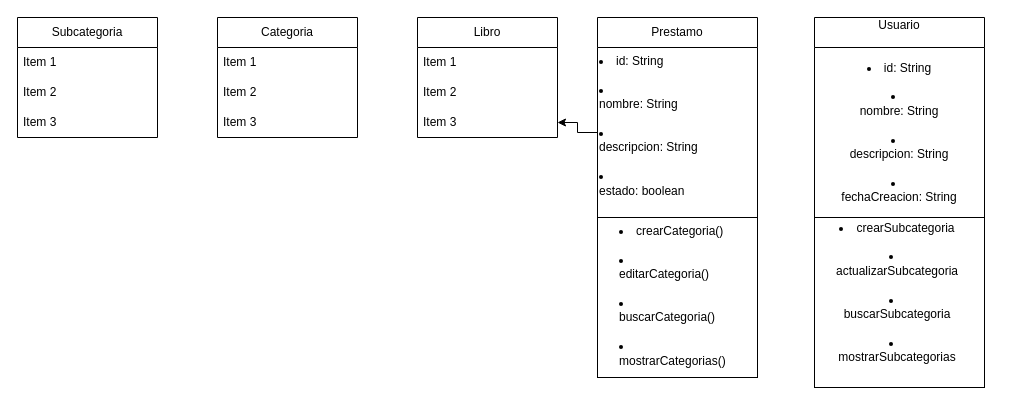
Before: Diagrama sin título.drawio in erick2006-8/Typescript.eft, a draw.io diagram. Source tidied: cells renumbered, new cells numbered last; positions are measured from the earlier drawing's top-left corner, leaving out a move shared by most shapes. Both pictures are drawn from the tidied source at 100%, with x=0, y=0 at pixel (17, 17).
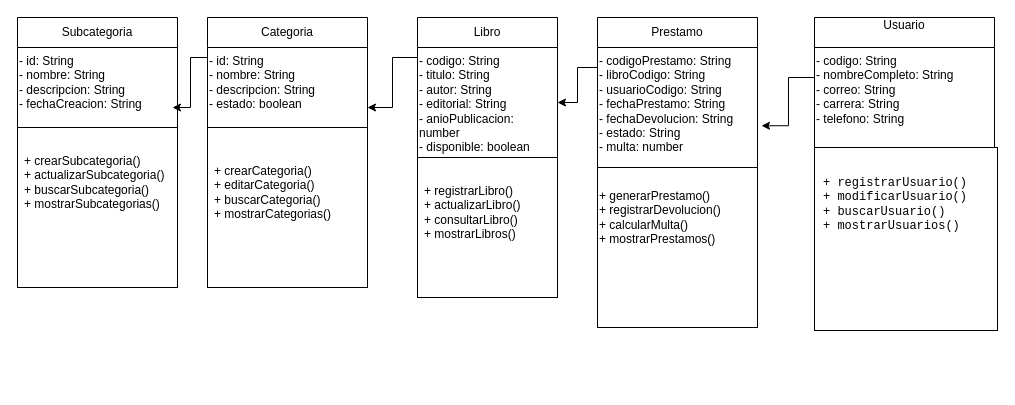
Above is the later version.

The edit, as a diff of the source:
```diff
@@
     <mxCell id="2" value="Usuario&lt;div&gt;&lt;br&gt;&lt;/div&gt;" style="swimlane;fontStyle=0;horizontal=1;startSize=30;whiteSpace=wrap;html=1;" parent="1" vertex="1">
-      <mxGeometry x="797" width="170" height="200" as="geometry" />
+      <mxGeometry x="797" width="180" height="130" as="geometry" />
     </mxCell>
-    <mxCell id="3" value="&lt;li&gt;id: String&lt;br/&gt;&lt;/li&gt;&lt;br/&gt;&lt;li&gt;&lt;br/&gt;nombre: String&lt;br/&gt;&lt;/li&gt;&lt;br/&gt;&lt;li&gt;&lt;br/&gt;descripcion: String&lt;br/&gt;&lt;/li&gt;&lt;br/&gt;&lt;li&gt;&lt;br/&gt;fechaCreacion: String&lt;/li&gt;" style="text;html=1;whiteSpace=wrap;strokeColor=none;fillColor=none;align=center;verticalAlign=middle;rounded=0;" parent="2" vertex="1">
-      <mxGeometry y="30" width="170" height="170" as="geometry" />
-    </mxCell>
+    <mxCell id="23" value="&lt;span&gt;- codigo: String&lt;/span&gt;&lt;br&gt;&lt;span&gt;- nombreCompleto: String&lt;/span&gt;&lt;br&gt;&lt;span&gt;- correo: String&lt;/span&gt;&lt;br&gt;&lt;span&gt;- carrera: String&lt;/span&gt;&lt;br&gt;&lt;span&gt;- telefono: String&lt;/span&gt;" style="text;whiteSpace=wrap;html=1;" parent="2" vertex="1">
+      <mxGeometry y="30" width="180" height="100" as="geometry" />
+    </mxCell>
     <mxCell id="4" value="Prestamo" style="swimlane;fontStyle=0;horizontal=1;startSize=30;html=1;whiteSpace=wrap;" parent="1" vertex="1">
-      <mxGeometry x="580" width="160" height="200" as="geometry" />
+      <mxGeometry x="580" width="160" height="150" as="geometry" />
     </mxCell>
-    <mxCell id="5" value="&lt;li&gt;id: String&#10;&lt;/li&gt;&#10;&lt;li&gt;&#10;nombre: String&#10;&lt;/li&gt;&#10;&lt;li&gt;&#10;descripcion: String&#10;&lt;/li&gt;&#10;&lt;li&gt;&#10;estado: boolean&lt;/li&gt;" style="text;whiteSpace=wrap;html=1;" parent="4" vertex="1">
-      <mxGeometry y="30" width="160" height="170" as="geometry" />
-    </mxCell>
+    <mxCell id="24" value="&lt;span&gt;- codigoPrestamo: String&lt;/span&gt;&lt;br&gt;&lt;span&gt;- libroCodigo: String&lt;/span&gt;&lt;br&gt;&lt;span&gt;- usuarioCodigo: String&lt;/span&gt;&lt;br&gt;&lt;span&gt;- fechaPrestamo: String&lt;/span&gt;&lt;br&gt;&lt;span&gt;- fechaDevolucion: String&lt;/span&gt;&lt;br&gt;&lt;span&gt;- estado: String&lt;/span&gt;&lt;br&gt;&lt;span&gt;- multa: number&lt;/span&gt;" style="text;whiteSpace=wrap;html=1;" parent="4" vertex="1">
+      <mxGeometry y="30" width="160" height="120" as="geometry" />
+    </mxCell>
     <mxCell id="6" value="Libro" style="swimlane;fontStyle=0;horizontal=1;startSize=30;whiteSpace=wrap;html=1;" parent="1" vertex="1">
-      <mxGeometry x="400" width="140" height="120" as="geometry" />
+      <mxGeometry x="400" width="140" height="140" as="geometry" />
     </mxCell>
-    <mxCell id="7" value="Item 1" style="text;strokeColor=none;fillColor=none;align=left;verticalAlign=middle;spacingLeft=4;spacingRight=4;overflow=hidden;whiteSpace=wrap;html=1;" parent="6" vertex="1">
-      <mxGeometry y="30" width="140" height="30" as="geometry" />
-    </mxCell>
-    <mxCell id="8" value="Item 2" style="text;strokeColor=none;fillColor=none;align=left;verticalAlign=middle;spacingLeft=4;spacingRight=4;overflow=hidden;whiteSpace=wrap;html=1;" parent="6" vertex="1">
-      <mxGeometry y="60" width="140" height="30" as="geometry" />
-    </mxCell>
-    <mxCell id="9" value="Item 3" style="text;strokeColor=none;fillColor=none;align=left;verticalAlign=middle;spacingLeft=4;spacingRight=4;overflow=hidden;points=[[0,0.5],[1,0.5]];portConstraint=eastwest;whiteSpace=wrap;html=1;" parent="6" vertex="1">
-      <mxGeometry y="90" width="140" height="30" as="geometry" />
-    </mxCell>
+    <mxCell id="25" value="&lt;span&gt;- codigo: String&lt;/span&gt;&lt;br&gt;&lt;span&gt;- titulo: String&lt;/span&gt;&lt;br&gt;&lt;span&gt;- autor: String&lt;/span&gt;&lt;br&gt;&lt;span&gt;- editorial: String&lt;/span&gt;&lt;br&gt;&lt;span&gt;- anioPublicacion: number&lt;/span&gt;&lt;br&gt;&lt;span&gt;- disponible: boolean&lt;/span&gt;" style="text;whiteSpace=wrap;html=1;" parent="6" vertex="1">
+      <mxGeometry y="30" width="140" height="110" as="geometry" />
+    </mxCell>
     <mxCell id="10" value="Subcategoria" style="swimlane;fontStyle=0;horizontal=1;startSize=30;whiteSpace=wrap;html=1;" parent="1" vertex="1">
-      <mxGeometry width="140" height="120" as="geometry" />
+      <mxGeometry width="160" height="110" as="geometry" />
     </mxCell>
-    <mxCell id="11" value="Item 1" style="text;strokeColor=none;fillColor=none;align=left;verticalAlign=middle;spacingLeft=4;spacingRight=4;overflow=hidden;whiteSpace=wrap;html=1;" parent="10" vertex="1">
-      <mxGeometry y="30" width="140" height="30" as="geometry" />
-    </mxCell>
-    <mxCell id="12" value="Item 2" style="text;strokeColor=none;fillColor=none;align=left;verticalAlign=middle;spacingLeft=4;spacingRight=4;overflow=hidden;whiteSpace=wrap;html=1;" parent="10" vertex="1">
-      <mxGeometry y="60" width="140" height="30" as="geometry" />
-    </mxCell>
-    <mxCell id="13" value="Item 3" style="text;strokeColor=none;fillColor=none;align=left;verticalAlign=middle;spacingLeft=4;spacingRight=4;overflow=hidden;whiteSpace=wrap;html=1;" parent="10" vertex="1">
-      <mxGeometry y="90" width="140" height="30" as="geometry" />
-    </mxCell>
+    <mxCell id="26" value="&lt;span&gt;- id: String&lt;/span&gt;&lt;br&gt;&lt;span&gt;- nombre: String&lt;/span&gt;&lt;br&gt;&lt;span&gt;- descripcion: String&lt;/span&gt;&lt;br&gt;&lt;span&gt;- fechaCreacion: String&lt;/span&gt;" style="text;whiteSpace=wrap;html=1;" parent="10" vertex="1">
+      <mxGeometry y="30" width="160" height="80" as="geometry" />
+    </mxCell>
     <mxCell id="14" value="Categoria" style="swimlane;fontStyle=0;horizontal=1;startSize=30;whiteSpace=wrap;html=1;" parent="1" vertex="1">
-      <mxGeometry x="200" width="140" height="120" as="geometry" />
+      <mxGeometry x="190" width="160" height="110" as="geometry" />
     </mxCell>
-    <mxCell id="15" value="Item 1" style="text;strokeColor=none;fillColor=none;align=left;verticalAlign=middle;spacingLeft=4;spacingRight=4;overflow=hidden;whiteSpace=wrap;html=1;" parent="14" vertex="1">
-      <mxGeometry y="30" width="140" height="30" as="geometry" />
-    </mxCell>
-    <mxCell id="16" value="Item 2" style="text;strokeColor=none;fillColor=none;align=left;verticalAlign=middle;spacingLeft=4;spacingRight=4;overflow=hidden;whiteSpace=wrap;html=1;" parent="14" vertex="1">
-      <mxGeometry y="60" width="140" height="30" as="geometry" />
-    </mxCell>
-    <mxCell id="17" value="Item 3" style="text;strokeColor=none;fillColor=none;align=left;verticalAlign=middle;spacingLeft=4;spacingRight=4;overflow=hidden;whiteSpace=wrap;html=1;" parent="14" vertex="1">
-      <mxGeometry y="90" width="140" height="30" as="geometry" />
-    </mxCell>
+    <mxCell id="27" value="&lt;span&gt;- id: String&lt;/span&gt;&lt;br&gt;&lt;span&gt;- nombre: String&lt;/span&gt;&lt;br&gt;&lt;span&gt;- descripcion: String&lt;/span&gt;&lt;br&gt;&lt;span&gt;- estado: boolean&lt;/span&gt;" style="text;whiteSpace=wrap;html=1;" parent="14" vertex="1">
+      <mxGeometry y="30" width="160" height="80" as="geometry" />
+    </mxCell>
     <mxCell id="18" style="whiteSpace=wrap;html=1;" parent="1" vertex="1">
-      <mxGeometry x="797" y="200" width="170" height="170" as="geometry" />
+      <mxGeometry x="797" y="130" width="183" height="183" as="geometry" />
     </mxCell>
-    <mxCell id="19" value="&lt;li&gt;crearSubcategoria&lt;br&gt;&lt;/li&gt;&lt;br&gt;&lt;li&gt;&lt;br&gt;actualizarSubcategoria&lt;br&gt;&lt;/li&gt;&lt;br&gt;&lt;li&gt;&lt;br&gt;buscarSubcategoria&lt;br&gt;&lt;/li&gt;&lt;br&gt;&lt;li&gt;&lt;br&gt;mostrarSubcategorias&lt;/li&gt;" style="text;html=1;whiteSpace=wrap;strokeColor=none;fillColor=none;align=center;verticalAlign=middle;rounded=0;" parent="1" vertex="1">
-      <mxGeometry x="850" y="260" width="60" height="30" as="geometry" />
-    </mxCell>
-    <mxCell id="20" style="edgeStyle=orthogonalEdgeStyle;rounded=0;jettySize=auto;html=1;" parent="1" edge="1" source="5" target="9">
-      <mxGeometry relative="1" as="geometry" />
-    </mxCell>
     <mxCell id="21" style="whiteSpace=wrap;html=1;" parent="1" vertex="1">
-      <mxGeometry x="580" y="200" width="160" height="160" as="geometry" />
+      <mxGeometry x="580" y="150" width="160" height="160" as="geometry" />
     </mxCell>
-    <mxCell id="22" value="&lt;li&gt;crearCategoria()&#10;&lt;/li&gt;&#10;&lt;li&gt;&#10;editarCategoria()&#10;&lt;/li&gt;&#10;&lt;li&gt;&#10;buscarCategoria()&#10;&lt;/li&gt;&#10;&lt;li&gt;&#10;mostrarCategorias()&lt;/li&gt;" style="text;whiteSpace=wrap;html=1;" parent="1" vertex="1">
-      <mxGeometry x="600" y="200" width="140" height="170" as="geometry" />
-    </mxCell>
+    <mxCell id="28" value="&lt;pre class=&quot;overflow-visible! px-0!&quot;&gt;&lt;div class=&quot;relative w-full mt-4 mb-1&quot;&gt;&lt;div class=&quot;&quot;&gt;&lt;div class=&quot;relative&quot;&gt;&lt;div class=&quot;h-full min-h-0 min-w-0&quot;&gt;&lt;div class=&quot;h-full min-h-0 min-w-0&quot;&gt;&lt;div class=&quot;border border-token-border-light border-radius-3xl corner-superellipse/1.1 rounded-3xl&quot;&gt;&lt;div class=&quot;h-full w-full border-radius-3xl bg-token-bg-elevated-secondary corner-superellipse/1.1 overflow-clip rounded-3xl lxnfua_clipPathFallback&quot;&gt;&lt;div class=&quot;relative&quot;&gt;&lt;div class=&quot;pe-11 pt-3&quot;&gt;&lt;div class=&quot;relative z-0 flex max-w-full&quot;&gt;&lt;div id=&quot;code-block-viewer&quot; dir=&quot;ltr&quot; class=&quot;q9tKkq_viewer cm-editor z-10 light:cm-light dark:cm-light flex h-full w-full flex-col items-stretch ͼs ͼ16&quot;&gt;&lt;div class=&quot;cm-scroller&quot;&gt;&lt;pre class=&quot;cm-content q9tKkq_readonly m-0&quot;&gt;&lt;code&gt;&lt;span&gt;+ registrarUsuario()&lt;/span&gt;&lt;br&gt;&lt;span&gt;+ modificarUsuario()&lt;/span&gt;&lt;br&gt;&lt;span&gt;+ buscarUsuario()&lt;/span&gt;&lt;br&gt;&lt;span&gt;+ mostrarUsuarios()&lt;/span&gt;&lt;/code&gt;&lt;/pre&gt;&lt;/div&gt;&lt;/div&gt;&lt;/div&gt;&lt;/div&gt;&lt;/div&gt;&lt;/div&gt;&lt;/div&gt;&lt;/div&gt;&lt;/div&gt;&lt;div class=&quot;&quot;&gt;&lt;div class=&quot;&quot;&gt;&lt;/div&gt;&lt;/div&gt;&lt;/div&gt;&lt;/div&gt;&lt;/div&gt;&lt;/pre&gt;&#10;&lt;p&gt;&lt;/p&gt;" style="text;whiteSpace=wrap;html=1;" parent="1" vertex="1">
+      <mxGeometry x="803.5" y="140" width="170" height="130" as="geometry" />
+    </mxCell>
+    <mxCell id="29" value="&lt;span&gt;+ generarPrestamo()&lt;/span&gt;&lt;br&gt;&lt;span&gt;+ registrarDevolucion()&lt;/span&gt;&lt;br&gt;&lt;span&gt;+ calcularMulta()&lt;/span&gt;&lt;br&gt;&lt;span&gt;+ mostrarPrestamos()&lt;/span&gt;" style="text;whiteSpace=wrap;html=1;" parent="1" vertex="1">
+      <mxGeometry x="580" y="165" width="160" height="80" as="geometry" />
+    </mxCell>
+    <mxCell id="30" style="whiteSpace=wrap;html=1;" parent="1" vertex="1">
+      <mxGeometry x="400" y="140" width="140" height="140" as="geometry" />
+    </mxCell>
+    <mxCell id="31" value="&lt;span&gt;+ registrarLibro()&lt;/span&gt;&lt;br&gt;&lt;span&gt;+ actualizarLibro()&lt;/span&gt;&lt;br&gt;&lt;span&gt;+ consultarLibro()&lt;/span&gt;&lt;br&gt;&lt;span&gt;+ mostrarLibros()&lt;/span&gt;" style="text;whiteSpace=wrap;html=1;" parent="1" vertex="1">
+      <mxGeometry x="405" y="160" width="130" height="80" as="geometry" />
+    </mxCell>
+    <mxCell id="32" style="whiteSpace=wrap;html=1;" parent="1" vertex="1">
+      <mxGeometry x="190" y="110" width="160" height="160" as="geometry" />
+    </mxCell>
+    <mxCell id="33" value="&lt;span&gt;+ crearCategoria()&lt;/span&gt;&lt;br&gt;&lt;span&gt;+ editarCategoria()&lt;/span&gt;&lt;br&gt;&lt;span&gt;+ buscarCategoria()&lt;/span&gt;&lt;br&gt;&lt;span&gt;+ mostrarCategorias()&lt;/span&gt;" style="text;whiteSpace=wrap;html=1;" parent="1" vertex="1">
+      <mxGeometry x="195" y="140" width="150" height="80" as="geometry" />
+    </mxCell>
+    <mxCell id="34" style="whiteSpace=wrap;html=1;" parent="1" vertex="1">
+      <mxGeometry y="110" width="160" height="160" as="geometry" />
+    </mxCell>
+    <mxCell id="35" value="&lt;span&gt;+ crearSubcategoria()&lt;/span&gt;&lt;br&gt;&lt;span&gt;+ actualizarSubcategoria()&lt;/span&gt;&lt;br&gt;&lt;span&gt;+ buscarSubcategoria()&lt;/span&gt;&lt;br&gt;&lt;span&gt;+ mostrarSubcategorias()&lt;/span&gt;" style="text;whiteSpace=wrap;html=1;" parent="1" vertex="1">
+      <mxGeometry x="5" y="130" width="150" height="80" as="geometry" />
+    </mxCell>
+    <mxCell id="36" style="endArrow=none;html=1;rounded=0;edgeStyle=elbowEdgeStyle;startArrow=classic;startFill=1;endFill=0;exitX=1.025;exitY=0.652;exitDx=0;exitDy=0;exitPerimeter=0;" parent="1" edge="1" source="24">
+      <mxGeometry relative="1" as="geometry">
+        <mxPoint x="797" y="60" as="targetPoint" />
+      </mxGeometry>
+    </mxCell>
+    <mxCell id="37" style="endArrow=none;html=1;rounded=0;edgeStyle=elbowEdgeStyle;startArrow=classic;startFill=1;endFill=0;" parent="1" edge="1" source="25">
+      <mxGeometry relative="1" as="geometry">
+        <mxPoint x="580" y="50" as="targetPoint" />
+      </mxGeometry>
+    </mxCell>
+    <mxCell id="38" style="endArrow=none;html=1;rounded=0;edgeStyle=elbowEdgeStyle;startArrow=classic;startFill=1;endFill=0;" parent="1" edge="1">
+      <mxGeometry relative="1" as="geometry">
+        <mxPoint x="350" y="90" as="sourcePoint" />
+        <mxPoint x="400" y="40" as="targetPoint" />
+      </mxGeometry>
+    </mxCell>
+    <mxCell id="39" style="endArrow=none;html=1;rounded=0;edgeStyle=elbowEdgeStyle;startArrow=classic;startFill=1;endFill=0;" parent="1" edge="1">
+      <mxGeometry relative="1" as="geometry">
+        <mxPoint x="155" y="90" as="sourcePoint" />
+        <mxPoint x="190" y="40" as="targetPoint" />
+      </mxGeometry>
+    </mxCell>
```
